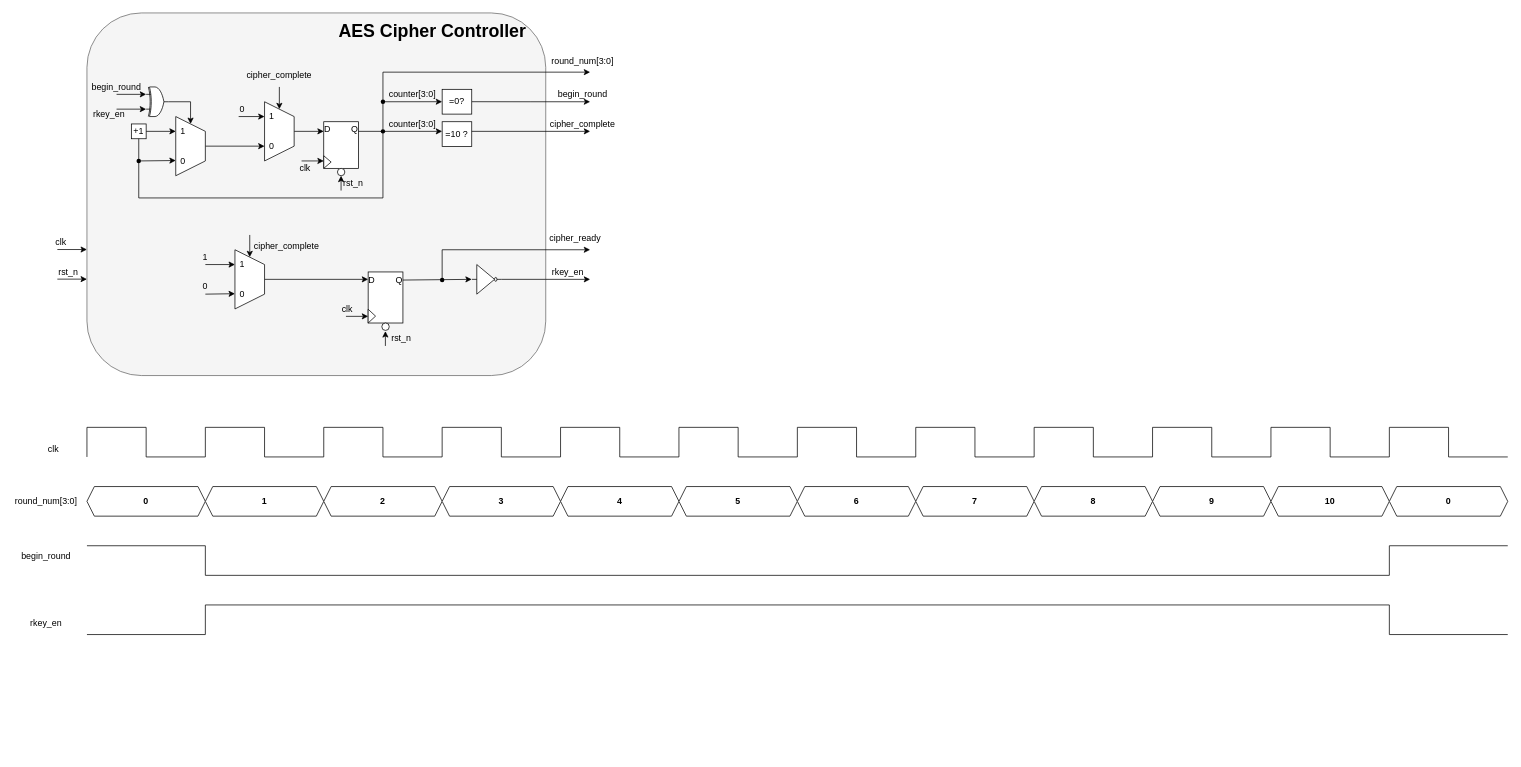
106210049/AES-128 keeps this draw.io diagram as page "AES Cipher Controller" (7 of 26) of AES128 Diagram.drawio. Above is the earlier version. Source tidied: cells renumbered, new cells numbered last; positions are measured from the earlier drawing's top-left corner, leaving out a move shared by most shapes. Both pictures are drawn from the tidied source at 74%, with x=0, y=0 at pixel (13, 13).
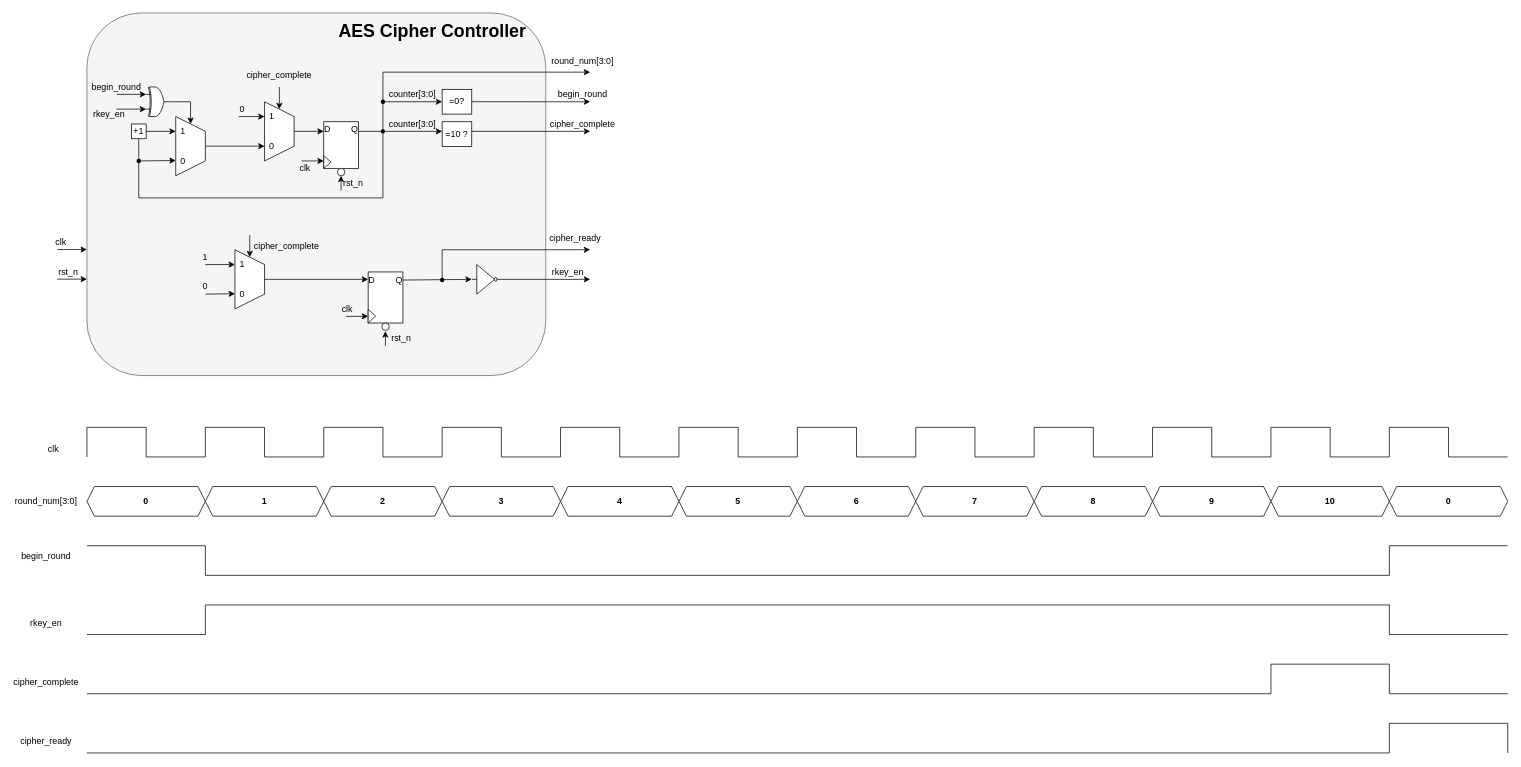
Above is the later version.

What changed in the source:
```diff
@@
+    <mxCell id="171" style="endArrow=none;html=1;rounded=0;" parent="1" edge="1">
+      <mxGeometry relative="1" as="geometry">
+        <mxPoint x="100" y="920" as="sourcePoint" />
+        <mxPoint x="1700" y="920" as="targetPoint" />
+      </mxGeometry>
+    </mxCell>
+    <mxCell id="172" style="endArrow=none;html=1;rounded=0;" parent="1" edge="1">
+      <mxGeometry relative="1" as="geometry">
+        <mxPoint x="1700" y="920" as="sourcePoint" />
+        <mxPoint x="1700" y="880" as="targetPoint" />
+      </mxGeometry>
+    </mxCell>
+    <mxCell id="173" style="endArrow=none;html=1;rounded=0;" parent="1" edge="1">
+      <mxGeometry relative="1" as="geometry">
+        <mxPoint x="1700" y="880" as="sourcePoint" />
+        <mxPoint x="1860" y="880" as="targetPoint" />
+      </mxGeometry>
+    </mxCell>
+    <mxCell id="174" style="endArrow=none;html=1;rounded=0;" parent="1" edge="1">
+      <mxGeometry relative="1" as="geometry">
+        <mxPoint x="1860" y="920" as="sourcePoint" />
+        <mxPoint x="1860" y="880" as="targetPoint" />
+      </mxGeometry>
+    </mxCell>
+    <mxCell id="175" style="endArrow=none;html=1;rounded=0;" parent="1" edge="1">
+      <mxGeometry relative="1" as="geometry">
+        <mxPoint x="1860" y="920" as="sourcePoint" />
+        <mxPoint x="2020" y="920" as="targetPoint" />
+      </mxGeometry>
+    </mxCell>
+    <mxCell id="176" value="cipher_complete" style="text;strokeColor=none;align=center;fillColor=none;html=1;verticalAlign=middle;whiteSpace=wrap;rounded=0;" parent="1" vertex="1">
+      <mxGeometry y="890" width="90" height="30" as="geometry" />
+    </mxCell>
+    <mxCell id="177" style="endArrow=none;html=1;rounded=0;" parent="1" edge="1">
+      <mxGeometry relative="1" as="geometry">
+        <mxPoint x="100" y="1000" as="sourcePoint" />
+        <mxPoint x="1860" y="1000" as="targetPoint" />
+      </mxGeometry>
+    </mxCell>
+    <mxCell id="178" style="endArrow=none;html=1;rounded=0;" parent="1" edge="1">
+      <mxGeometry relative="1" as="geometry">
+        <mxPoint x="1860" y="1000" as="sourcePoint" />
+        <mxPoint x="1860" y="960" as="targetPoint" />
+      </mxGeometry>
+    </mxCell>
+    <mxCell id="179" style="endArrow=none;html=1;rounded=0;" parent="1" edge="1">
+      <mxGeometry relative="1" as="geometry">
+        <mxPoint x="1860" y="960" as="sourcePoint" />
+        <mxPoint x="2020" y="960" as="targetPoint" />
+      </mxGeometry>
+    </mxCell>
+    <mxCell id="180" style="endArrow=none;html=1;rounded=0;" parent="1" edge="1">
+      <mxGeometry relative="1" as="geometry">
+        <mxPoint x="2020" y="1000" as="sourcePoint" />
+        <mxPoint x="2020" y="960" as="targetPoint" />
+      </mxGeometry>
+    </mxCell>
+    <mxCell id="181" value="cipher_ready" style="text;strokeColor=none;align=center;fillColor=none;html=1;verticalAlign=middle;whiteSpace=wrap;rounded=0;" parent="1" vertex="1">
+      <mxGeometry y="970" width="90" height="30" as="geometry" />
+    </mxCell>
```
